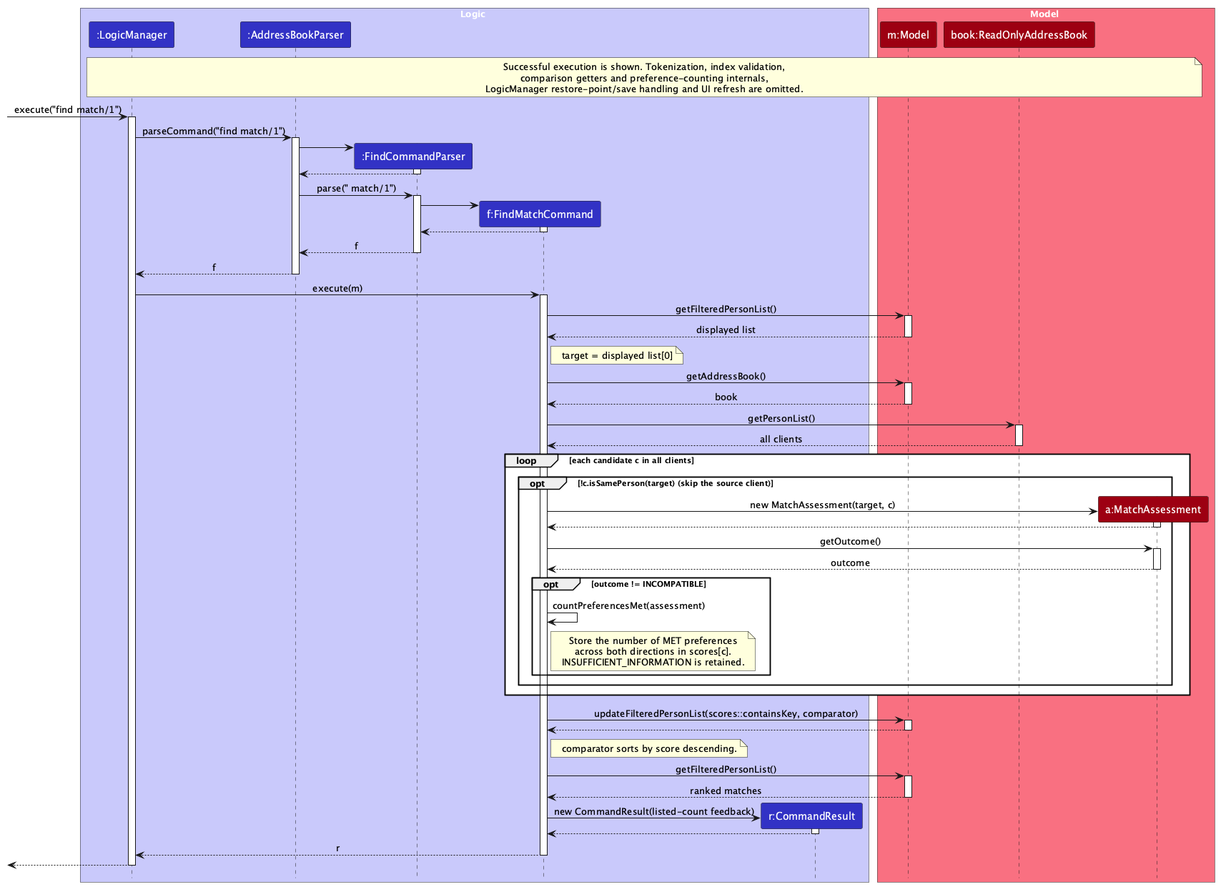
AY2627S1-CS2103T-W09-1/tp keeps this PlantUML diagram as docs/images/FindMatchSequenceDiagram.png. Above is the earlier version.
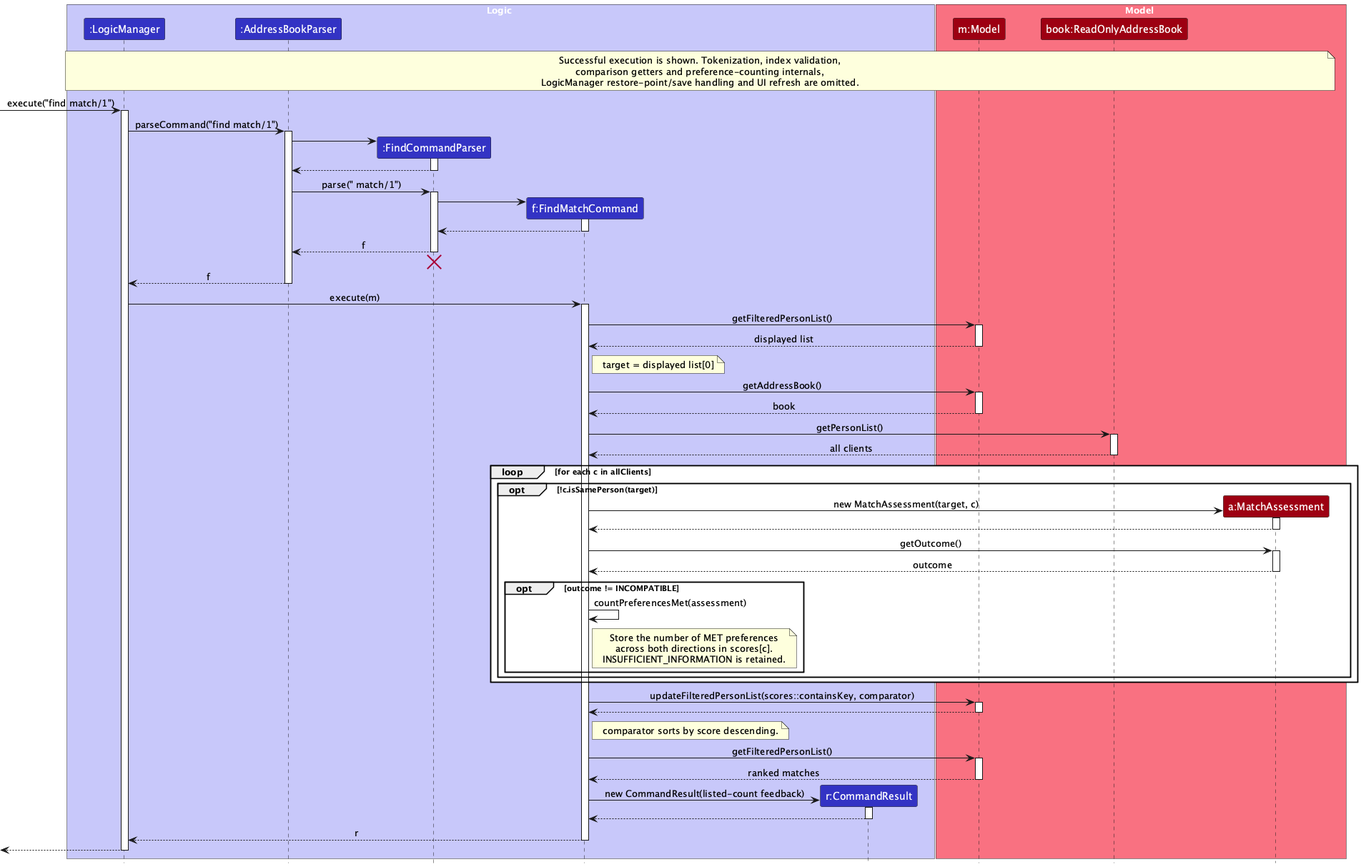
The same file after the commit.

The edit, as a diff of the source:
```diff
@@ -47,6 +47,8 @@
 
 FindCommandParser --> AddressBookParser : f
 deactivate FindCommandParser
+FindCommandParser -[hidden]-> AddressBookParser
+destroy FindCommandParser
 
 AddressBookParser --> LogicManager : f
 deactivate AddressBookParser
@@ -72,8 +74,8 @@
 AddressBook --> FindMatchCommand : all clients
 deactivate AddressBook
 
-loop each candidate c in all clients
-    opt !c.isSamePerson(target) (skip the source client)
+loop for each c in allClients
+    opt !c.isSamePerson(target)
         create MatchAssessment
         FindMatchCommand -> MatchAssessment : new MatchAssessment(target, c)
         activate MatchAssessment
```
